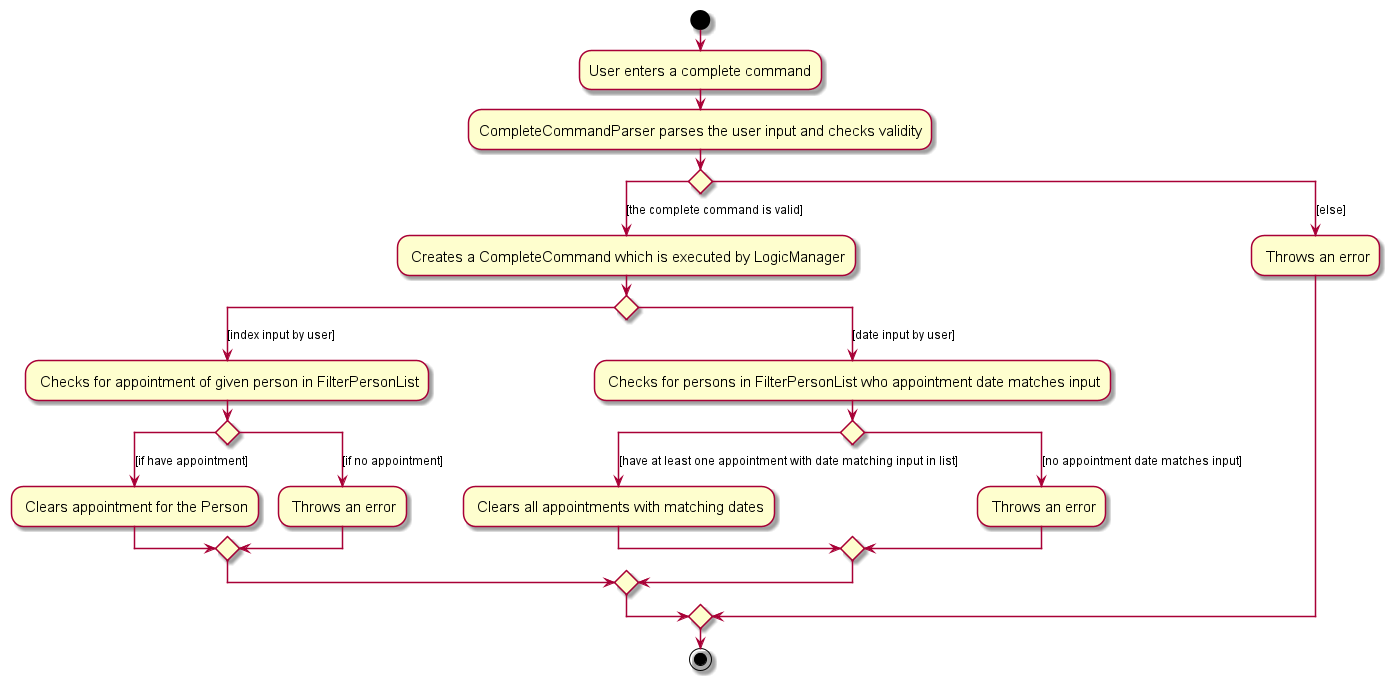
This is docs/images/CompleteActivityDiagram.png from nus-cs2103-AY2324S1/tp, a PlantUML export, as it was before one commit. Source of this version:
```plantuml
@startuml
skin rose
skinparam ActivityFontSize 15
skinparam ArrowFontSize 12
start
:User enters a complete command;

:CompleteCommandParser parses the user input and checks validity;



switch ()
case([the complete command is valid])
    : Creates a CompleteCommand which is executed by LogicManager;
    switch ()
          case ([index input by user])
            : Checks for appointment of given person in FilterPersonList;
            switch ()
            case([if have appointment])
            : Clears appointment for the Person;
            case([if no appointment])
            : Throws an error;
            endswitch
          case ([date input by user])
            : Checks for persons in FilterPersonList who appointment date matches input;
            switch()
            case([have at least one appointment with date matching input in list])
            : Clears all appointments with matching dates;
            case([no appointment date matches input])
            : Throws an error;
            endswitch
        endswitch
case([else])
    : Throws an error;
endswitch
stop
@enduml
```
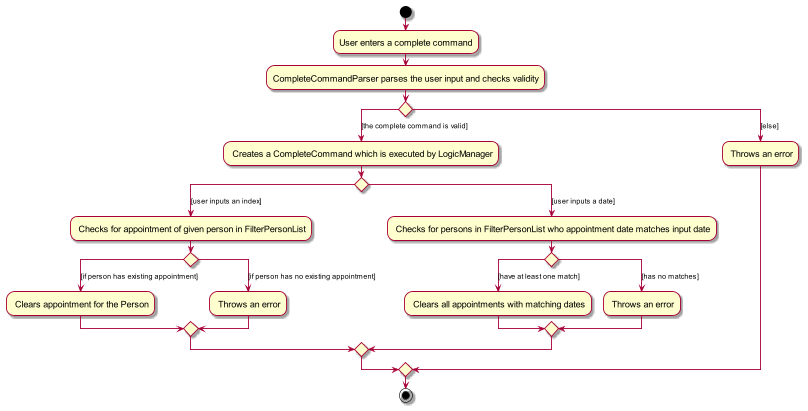
Above is the later version.

Commit message:
Update UML diagrams for Complete Feature

Change to the diagram source:
```diff
@@ -13,20 +13,20 @@
 case([the complete command is valid])
     : Creates a CompleteCommand which is executed by LogicManager;
     switch ()
-          case ([index input by user])
+          case ([user inputs an index])
             : Checks for appointment of given person in FilterPersonList;
             switch ()
-            case([if have appointment])
+            case([if person has existing appointment])
             : Clears appointment for the Person;
-            case([if no appointment])
+            case([if person has no existing appointment])
             : Throws an error;
             endswitch
-          case ([date input by user])
-            : Checks for persons in FilterPersonList who appointment date matches input;
+          case ([user inputs a date])
+            : Checks for persons in FilterPersonList who appointment date matches input date;
             switch()
-            case([have at least one appointment with date matching input in list])
+            case([have at least one match])
             : Clears all appointments with matching dates;
-            case([no appointment date matches input])
+            case([has no matches])
             : Throws an error;
             endswitch
         endswitch
```
